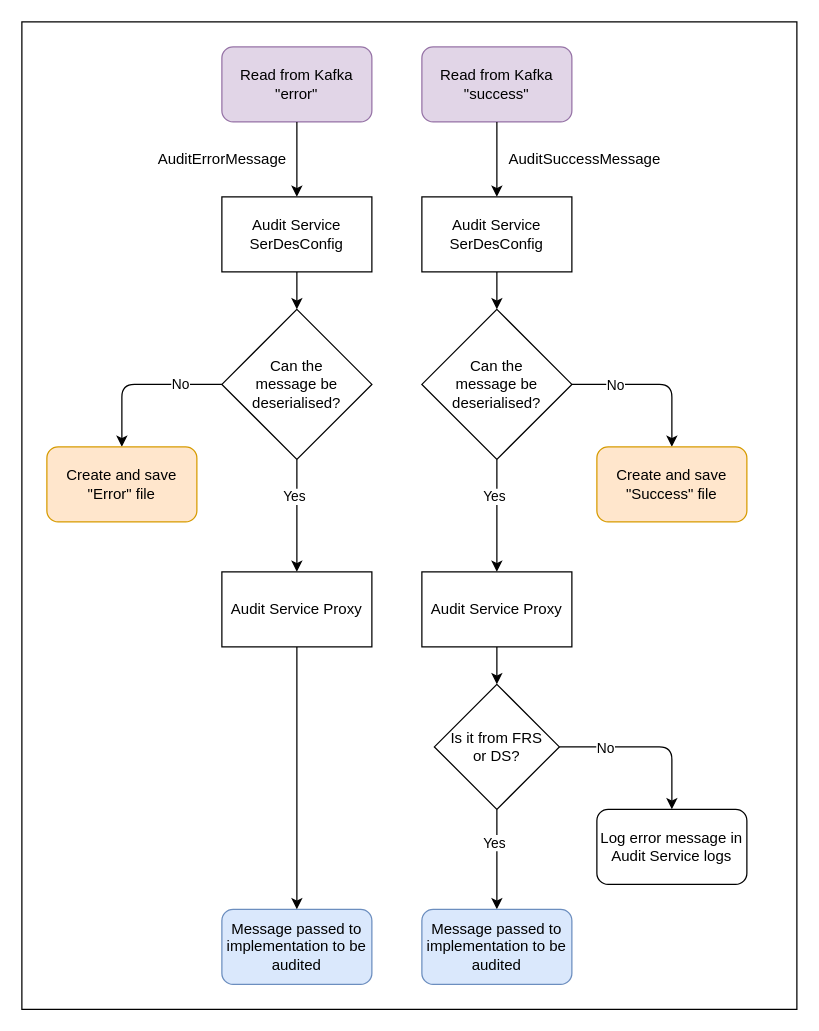
Above: audit-service/doc/audit-service-flow.drawio in gchq/Palisade-services (draw.io), before the change. Source tidied: cells renumbered, new cells numbered last; positions are measured from the earlier drawing's top-left corner, leaving out a move shared by most shapes. Both pictures are drawn from the tidied source at 125%, with x=0, y=0 at pixel (21, 21).
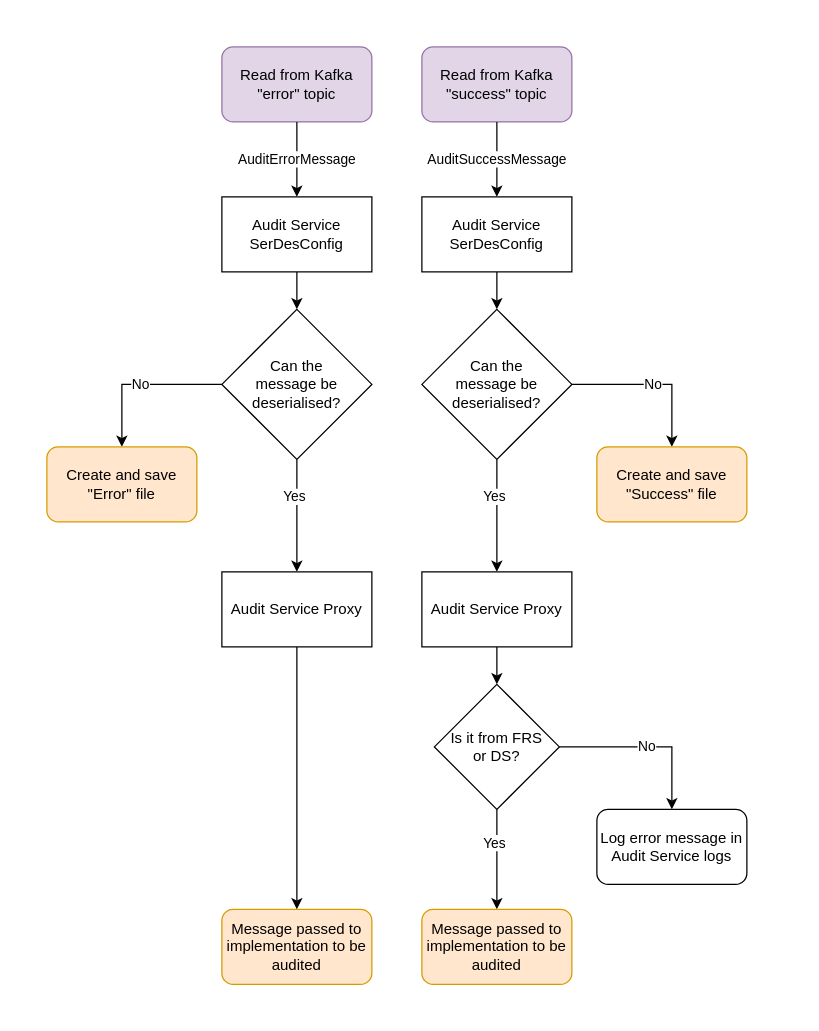
After the change.

Unchanged cells that the change refers to:
```xml
<mxCell id="5" value="Audit Service SerDesConfig" style="rounded=0;whiteSpace=wrap;html=1;" parent="1" vertex="1">
  <mxGeometry x="320" y="140" width="120" height="60" as="geometry" />
</mxCell>
<mxCell id="10" value="Audit Service SerDesConfig" style="rounded=0;whiteSpace=wrap;html=1;" parent="1" vertex="1">
  <mxGeometry x="160" y="140" width="120" height="60" as="geometry" />
</mxCell>
<mxCell id="11" value="Can the&lt;br&gt;message be deserialised?" style="rhombus;whiteSpace=wrap;html=1;" parent="1" vertex="1">
  <mxGeometry x="160" y="230" width="120" height="120" as="geometry" />
</mxCell>
<mxCell id="12" value="Can the &lt;br&gt;message be deserialised?" style="rhombus;whiteSpace=wrap;html=1;" parent="1" vertex="1">
  <mxGeometry x="320" y="230" width="120" height="120" as="geometry" />
</mxCell>
<mxCell id="23" value="Create and save &quot;Error&quot; file" style="rounded=1;whiteSpace=wrap;html=1;fillColor=#ffe6cc;strokeColor=#d79b00;" parent="1" vertex="1">
  <mxGeometry x="20" y="340" width="120" height="60" as="geometry" />
</mxCell>
<mxCell id="24" value="Create and save &quot;Success&quot; file" style="rounded=1;whiteSpace=wrap;html=1;fillColor=#ffe6cc;strokeColor=#d79b00;" parent="1" vertex="1">
  <mxGeometry x="460" y="340" width="120" height="60" as="geometry" />
</mxCell>
<mxCell id="25" value="Is it from FRS&lt;br&gt;or DS?" style="rhombus;whiteSpace=wrap;html=1;" parent="1" vertex="1">
  <mxGeometry x="330" y="530" width="100" height="100" as="geometry" />
</mxCell>
<mxCell id="28" value="Log error message in Audit Service logs" style="rounded=1;whiteSpace=wrap;html=1;" parent="1" vertex="1">
  <mxGeometry x="460" y="630" width="120" height="60" as="geometry" />
</mxCell>
```

Diff of the diagram source:
```diff
@@
-    <mxCell id="2" style="rounded=0;whiteSpace=wrap;html=1;" parent="1" vertex="1">
-      <mxGeometry width="620" height="790" as="geometry" />
-    </mxCell>
-    <mxCell id="3" value="Read from Kafka &quot;success&quot;" style="rounded=1;whiteSpace=wrap;html=1;fillColor=#e1d5e7;strokeColor=#9673a6;" parent="1" vertex="1">
+    <mxCell id="3" value="Read from Kafka &quot;success&quot; topic" style="rounded=1;whiteSpace=wrap;html=1;fillColor=#e1d5e7;strokeColor=#9673a6;" parent="1" vertex="1">
       <mxGeometry x="320" y="20" width="120" height="60" as="geometry" />
     </mxCell>
-    <mxCell id="4" value="Read from Kafka &quot;error&quot;" style="rounded=1;whiteSpace=wrap;html=1;fillColor=#e1d5e7;strokeColor=#9673a6;" parent="1" vertex="1">
+    <mxCell id="4" value="Read from Kafka &quot;error&quot; topic" style="rounded=1;whiteSpace=wrap;html=1;fillColor=#e1d5e7;strokeColor=#9673a6;" parent="1" vertex="1">
       <mxGeometry x="160" y="20" width="120" height="60" as="geometry" />
     </mxCell>
@@
-    <mxCell id="6" style="endArrow=classic;html=1;entryX=0.5;entryY=0;entryDx=0;entryDy=0;exitX=0.5;exitY=1;exitDx=0;exitDy=0;" parent="1" edge="1" source="4" target="10">
+    <mxCell id="6" value="AuditErrorMessage" style="endArrow=classic;html=1;entryX=0.5;entryY=0;entryDx=0;entryDy=0;exitX=0.5;exitY=1;exitDx=0;exitDy=0;" parent="1" edge="1" source="4" target="10">
       <mxGeometry relative="1" as="geometry" />
     </mxCell>
-    <mxCell id="7" style="endArrow=classic;html=1;entryX=0.5;entryY=0;entryDx=0;entryDy=0;exitX=0.5;exitY=1;exitDx=0;exitDy=0;" parent="1" edge="1" source="3" target="5">
+    <mxCell id="7" value="AuditSuccessMessage" style="endArrow=classic;html=1;entryX=0.5;entryY=0;entryDx=0;entryDy=0;exitX=0.5;exitY=1;exitDx=0;exitDy=0;" parent="1" edge="1" source="3" target="5">
       <mxGeometry relative="1" as="geometry">
         <Array as="points">
           <mxPoint x="380" y="130" />
         </Array>
       </mxGeometry>
     </mxCell>
-    <mxCell id="8" value="AuditSuccessMessage" style="text;html=1;align=center;verticalAlign=middle;" parent="1" vertex="1">
-      <mxGeometry x="380" y="100" width="140" height="20" as="geometry" />
-    </mxCell>
-    <mxCell id="9" value="AuditErrorMessage" style="text;html=1;align=center;verticalAlign=middle;" parent="1" vertex="1">
-      <mxGeometry x="100" y="100" width="120" height="20" as="geometry" />
-    </mxCell>
@@
+    <mxCell id="15" value="No" style="edgeStyle=orthogonalEdgeStyle;rounded=0;jettySize=auto;html=1;exitX=0;exitY=0.5;exitDx=0;exitDy=0;entryX=0.5;entryY=0;entryDx=0;entryDy=0;" parent="1" edge="1" source="11" target="23">
+      <mxGeometry relative="1" as="geometry" />
+    </mxCell>
@@
+    <mxCell id="17" value="No" style="edgeStyle=orthogonalEdgeStyle;rounded=0;jettySize=auto;html=1;exitX=1;exitY=0.5;exitDx=0;exitDy=0;entryX=0.5;entryY=0;entryDx=0;entryDy=0;" parent="1" edge="1" source="12" target="24">
+      <mxGeometry relative="1" as="geometry" />
+    </mxCell>
@@
-    <mxCell id="15" style="endArrow=classic;html=1;exitX=0;exitY=0.5;exitDx=0;exitDy=0;entryX=0.5;entryY=0;entryDx=0;entryDy=0;" parent="1" edge="1" source="11" target="23">
-      <mxGeometry relative="1" as="geometry">
-        <Array as="points">
-          <mxPoint x="80" y="290" />
-        </Array>
-      </mxGeometry>
-    </mxCell>
-    <mxCell id="16" value="No" style="edgeLabel;html=1;align=center;verticalAlign=middle;" parent="15" vertex="1">
-      <mxGeometry x="-0.47" y="-1" relative="1" as="geometry" />
-    </mxCell>
-    <mxCell id="17" style="endArrow=classic;html=1;exitX=1;exitY=0.5;exitDx=0;exitDy=0;entryX=0.5;entryY=0;entryDx=0;entryDy=0;" parent="1" edge="1" source="12" target="24">
-      <mxGeometry relative="1" as="geometry">
-        <Array as="points">
-          <mxPoint x="520" y="290" />
-        </Array>
-      </mxGeometry>
-    </mxCell>
-    <mxCell id="18" value="No" style="edgeLabel;html=1;align=center;verticalAlign=middle;" parent="17" vertex="1">
-      <mxGeometry x="-0.48" relative="1" as="geometry" />
-    </mxCell>
@@
+    <mxCell id="26" value="No" style="edgeStyle=orthogonalEdgeStyle;rounded=0;jettySize=auto;html=1;exitX=1;exitY=0.5;exitDx=0;exitDy=0;entryX=0.5;entryY=0;entryDx=0;entryDy=0;" parent="1" edge="1" source="25" target="28">
+      <mxGeometry relative="1" as="geometry" />
+    </mxCell>
@@
-    <mxCell id="26" style="endArrow=classic;html=1;exitX=1;exitY=0.5;exitDx=0;exitDy=0;entryX=0.5;entryY=0;entryDx=0;entryDy=0;" parent="1" edge="1" source="25" target="28">
-      <mxGeometry relative="1" as="geometry">
-        <Array as="points">
-          <mxPoint x="520" y="580" />
-        </Array>
-      </mxGeometry>
-    </mxCell>
-    <mxCell id="27" value="No" style="edgeLabel;html=1;align=center;verticalAlign=middle;" parent="26" vertex="1">
-      <mxGeometry x="-0.48" relative="1" as="geometry" />
-    </mxCell>
@@
-    <mxCell id="31" value="Message passed to implementation to be audited" style="rounded=1;whiteSpace=wrap;html=1;fillColor=#dae8fc;strokeColor=#6c8ebf;" parent="1" vertex="1">
+    <mxCell id="31" value="Message passed to implementation to be audited" style="rounded=1;whiteSpace=wrap;html=1;fillColor=#ffe6cc;strokeColor=#d79b00;" parent="1" vertex="1">
       <mxGeometry x="160" y="710" width="120" height="60" as="geometry" />
     </mxCell>
-    <mxCell id="32" value="&lt;span&gt;Message passed to implementation to be audited&lt;/span&gt;" style="rounded=1;whiteSpace=wrap;html=1;fillColor=#dae8fc;strokeColor=#6c8ebf;" parent="1" vertex="1">
+    <mxCell id="32" value="&lt;span&gt;Message passed to implementation to be audited&lt;/span&gt;" style="rounded=1;whiteSpace=wrap;html=1;fillColor=#ffe6cc;strokeColor=#d79b00;" parent="1" vertex="1">
       <mxGeometry x="320" y="710" width="120" height="60" as="geometry" />
     </mxCell>
```
